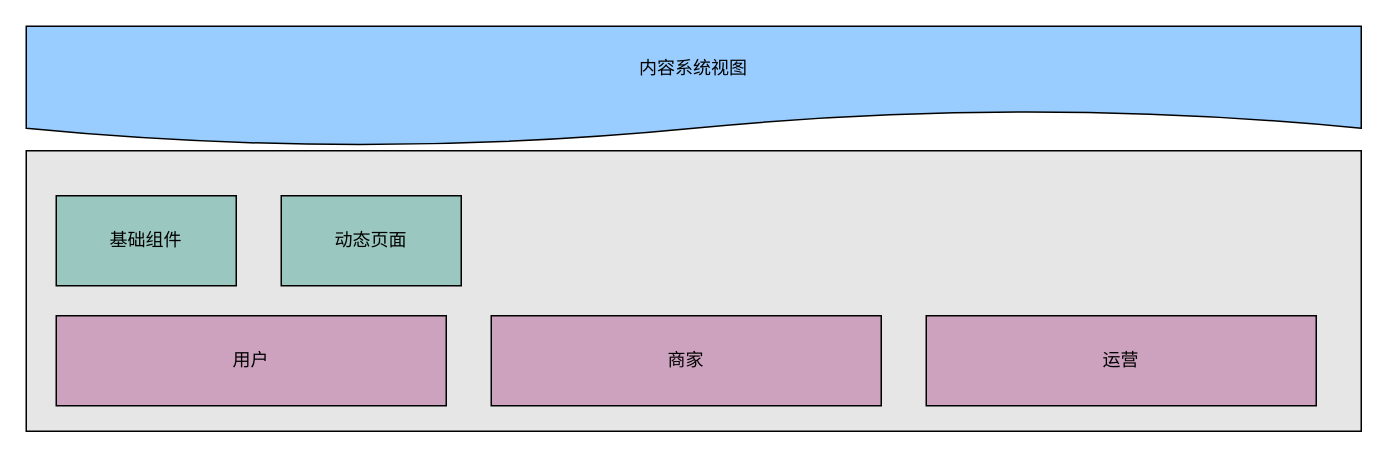
The draw.io diagram page "内容" (4 of 8) of src/dragon.drawio in ab-doc/draw.io, before the edit. Source tidied: cells renumbered, new cells numbered last; positions are measured from the earlier drawing's top-left corner, leaving out a move shared by most shapes. Both pictures are drawn from the tidied source at 150%, with x=0, y=0 at pixel (26, 26).
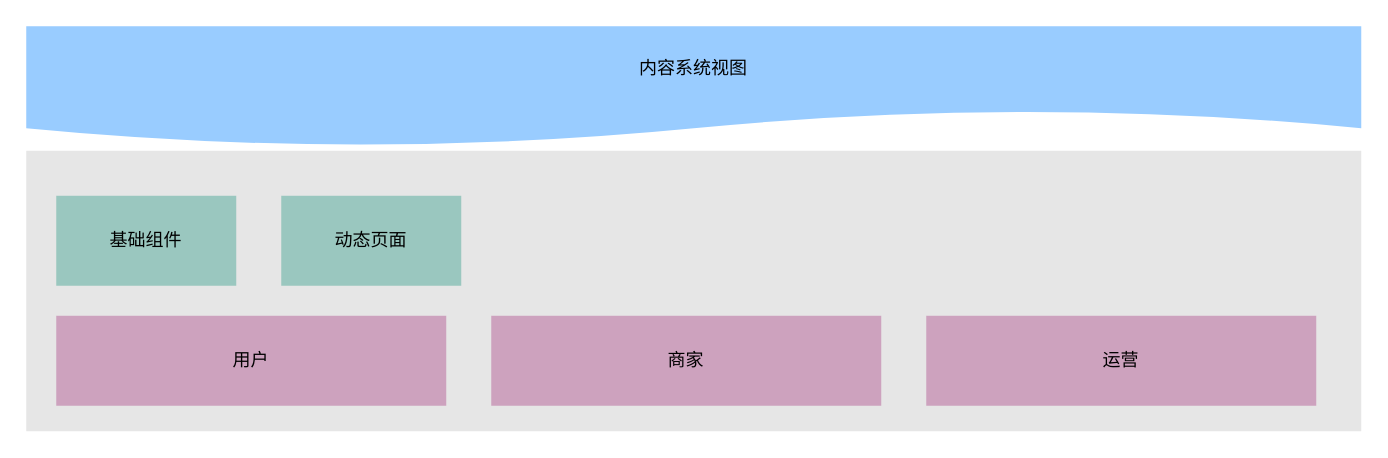
Above is the later version.

The edit, as a diff of the source:
```diff
@@
 <mxGraphModel>
   <root>
     <mxCell id="0" />
     <mxCell id="1" parent="0" />
     <mxCell id="2" style="group;" parent="1" vertex="1">
       <mxGeometry width="890" height="270" as="geometry" />
     </mxCell>
-    <mxCell id="3" value="内容系统视图" style="shape=document;whiteSpace=wrap;html=1;boundedLbl=1;rounded=0;fillColor=#99CCFF;" parent="2" vertex="1">
+    <mxCell id="3" value="内容系统视图" style="shape=document;whiteSpace=wrap;html=1;boundedLbl=1;rounded=0;fillColor=#99CCFF;strokeColor=none;" parent="2" vertex="1">
       <mxGeometry width="890" height="80" as="geometry" />
     </mxCell>
-    <mxCell id="4" style="rounded=0;whiteSpace=wrap;html=1;fillColor=#E6E6E6;" parent="2" vertex="1">
+    <mxCell id="4" style="rounded=0;whiteSpace=wrap;html=1;fillColor=#E6E6E6;strokeColor=none;" parent="2" vertex="1">
       <mxGeometry y="83" width="890" height="187" as="geometry" />
     </mxCell>
-    <mxCell id="5" value="基础组件" style="rounded=0;whiteSpace=wrap;html=1;fillColor=#9AC7BF;" parent="2" vertex="1">
+    <mxCell id="5" value="基础组件" style="rounded=0;whiteSpace=wrap;html=1;fillColor=#9AC7BF;strokeColor=none;" parent="2" vertex="1">
       <mxGeometry x="20" y="113" width="120" height="60" as="geometry" />
     </mxCell>
-    <mxCell id="6" value="动态页面" style="rounded=0;whiteSpace=wrap;html=1;fillColor=#9AC7BF;" parent="2" vertex="1">
+    <mxCell id="6" value="动态页面" style="rounded=0;whiteSpace=wrap;html=1;fillColor=#9AC7BF;strokeColor=none;" parent="2" vertex="1">
       <mxGeometry x="170" y="113" width="120" height="60" as="geometry" />
     </mxCell>
-    <mxCell id="7" value="用户" style="rounded=0;whiteSpace=wrap;html=1;fillColor=#CDA2BE;" parent="2" vertex="1">
+    <mxCell id="7" value="用户" style="rounded=0;whiteSpace=wrap;html=1;fillColor=#CDA2BE;strokeColor=none;" parent="2" vertex="1">
       <mxGeometry x="20" y="193" width="260" height="60" as="geometry" />
     </mxCell>
-    <mxCell id="8" value="商家" style="rounded=0;whiteSpace=wrap;html=1;fillColor=#CDA2BE;" parent="2" vertex="1">
+    <mxCell id="8" value="商家" style="rounded=0;whiteSpace=wrap;html=1;fillColor=#CDA2BE;strokeColor=none;" parent="2" vertex="1">
       <mxGeometry x="310" y="193" width="260" height="60" as="geometry" />
     </mxCell>
-    <mxCell id="9" value="运营" style="rounded=0;whiteSpace=wrap;html=1;fillColor=#CDA2BE;" parent="2" vertex="1">
+    <mxCell id="9" value="运营" style="rounded=0;whiteSpace=wrap;html=1;fillColor=#CDA2BE;strokeColor=none;" parent="2" vertex="1">
       <mxGeometry x="600" y="193" width="260" height="60" as="geometry" />
     </mxCell>
   </root>
 </mxGraphModel>
```
